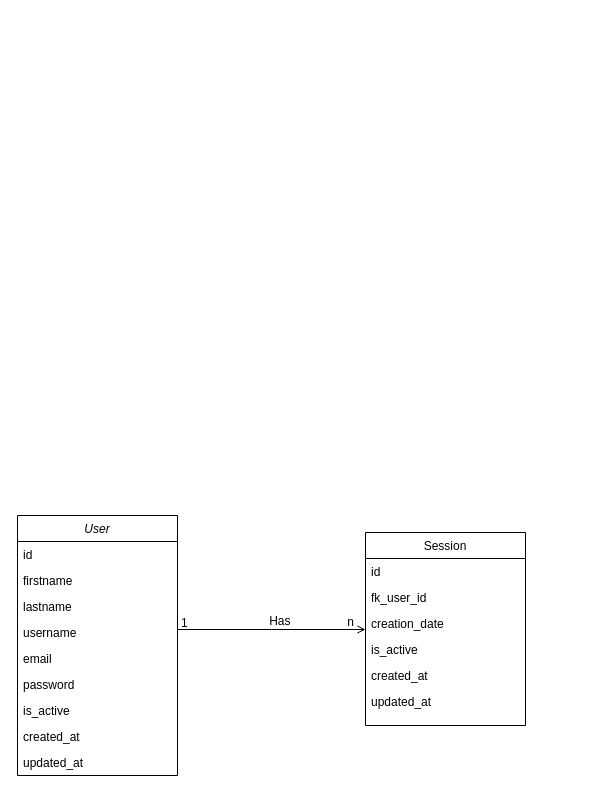
Earlier version of the draw.io diagram _docs/Entity Relationship Diagrams (ERD).drawio (gervasioartur/walletwise-clean-graphql-api). Source tidied: cells renumbered, new cells numbered last; positions are measured from the earlier drawing's top-left corner, leaving out a move shared by most shapes. Both pictures are drawn from the tidied source at 100%, with x=0, y=0 at pixel (17, 515).
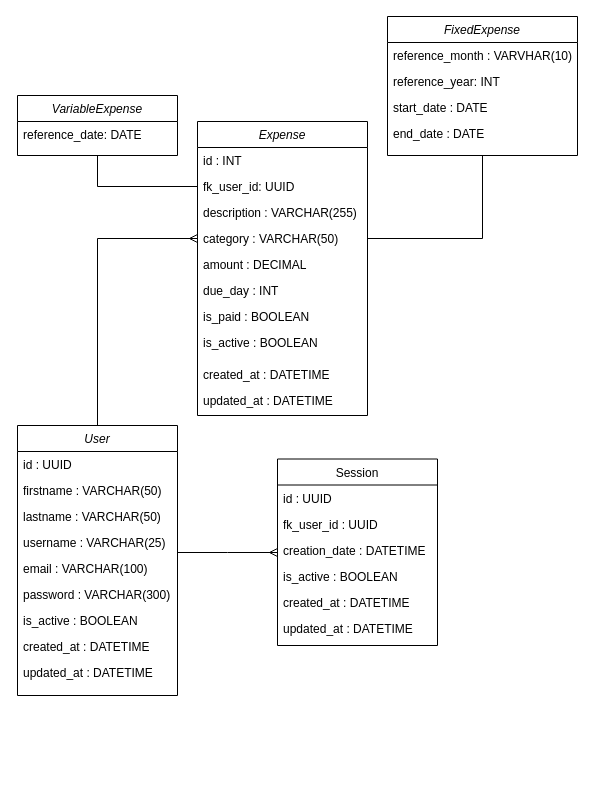
Above is the later version.

The edit, as a diff of the source:
```diff
@@
+    <mxCell id="23" style="edgeStyle=orthogonalEdgeStyle;rounded=0;jettySize=auto;html=1;entryX=0;entryY=0.5;entryDx=0;entryDy=0;endArrow=ERmany;endFill=0;" parent="1" edge="1" source="2" target="31">
+      <mxGeometry relative="1" as="geometry" />
+    </mxCell>
     <mxCell id="2" value="User" style="swimlane;fontStyle=2;align=center;verticalAlign=top;horizontal=1;startSize=26;rounded=0;shadow=0;strokeWidth=1;" parent="1" vertex="1">
-      <mxGeometry width="160" height="260" as="geometry" />
+      <mxGeometry y="-90" width="160" height="270" as="geometry" />
     </mxCell>
-    <mxCell id="3" value="id" style="text;align=left;verticalAlign=top;spacingLeft=4;spacingRight=4;overflow=hidden;rounded=0;shadow=0;html=0;" parent="2" vertex="1">
+    <mxCell id="3" value="id : UUID" style="text;align=left;verticalAlign=top;spacingLeft=4;spacingRight=4;overflow=hidden;rounded=0;shadow=0;html=0;" parent="2" vertex="1">
       <mxGeometry y="26" width="160" height="26" as="geometry" />
     </mxCell>
-    <mxCell id="4" value="firstname" style="text;align=left;verticalAlign=top;spacingLeft=4;spacingRight=4;overflow=hidden;" parent="2" vertex="1">
+    <mxCell id="4" value="firstname : VARCHAR(50)" style="text;align=left;verticalAlign=top;spacingLeft=4;spacingRight=4;overflow=hidden;" parent="2" vertex="1">
       <mxGeometry y="52" width="160" height="26" as="geometry" />
     </mxCell>
-    <mxCell id="5" value="lastname" style="text;align=left;verticalAlign=top;spacingLeft=4;spacingRight=4;overflow=hidden;rounded=0;shadow=0;html=0;" parent="2" vertex="1">
+    <mxCell id="5" value="lastname : VARCHAR(50)" style="text;align=left;verticalAlign=top;spacingLeft=4;spacingRight=4;overflow=hidden;rounded=0;shadow=0;html=0;" parent="2" vertex="1">
       <mxGeometry y="78" width="160" height="26" as="geometry" />
     </mxCell>
-    <mxCell id="6" value="username" style="text;align=left;verticalAlign=top;spacingLeft=4;spacingRight=4;overflow=hidden;rounded=0;shadow=0;html=0;" parent="2" vertex="1">
+    <mxCell id="6" value="username : VARCHAR(25)" style="text;align=left;verticalAlign=top;spacingLeft=4;spacingRight=4;overflow=hidden;rounded=0;shadow=0;html=0;" parent="2" vertex="1">
       <mxGeometry y="104" width="160" height="26" as="geometry" />
     </mxCell>
-    <mxCell id="7" value="email" style="text;align=left;verticalAlign=top;spacingLeft=4;spacingRight=4;overflow=hidden;rounded=0;shadow=0;html=0;" parent="2" vertex="1">
+    <mxCell id="7" value="email : VARCHAR(100)" style="text;align=left;verticalAlign=top;spacingLeft=4;spacingRight=4;overflow=hidden;rounded=0;shadow=0;html=0;" parent="2" vertex="1">
       <mxGeometry y="130" width="160" height="26" as="geometry" />
     </mxCell>
-    <mxCell id="8" value="password" style="text;align=left;verticalAlign=top;spacingLeft=4;spacingRight=4;overflow=hidden;rounded=0;shadow=0;html=0;" parent="2" vertex="1">
+    <mxCell id="8" value="password : VARCHAR(300)" style="text;align=left;verticalAlign=top;spacingLeft=4;spacingRight=4;overflow=hidden;rounded=0;shadow=0;html=0;" parent="2" vertex="1">
       <mxGeometry y="156" width="160" height="26" as="geometry" />
     </mxCell>
-    <mxCell id="9" value="is_active" style="text;align=left;verticalAlign=top;spacingLeft=4;spacingRight=4;overflow=hidden;rounded=0;shadow=0;html=0;" parent="2" vertex="1">
+    <mxCell id="9" value="is_active : BOOLEAN" style="text;align=left;verticalAlign=top;spacingLeft=4;spacingRight=4;overflow=hidden;rounded=0;shadow=0;html=0;" parent="2" vertex="1">
       <mxGeometry y="182" width="160" height="26" as="geometry" />
     </mxCell>
-    <mxCell id="10" value="created_at" style="text;align=left;verticalAlign=top;spacingLeft=4;spacingRight=4;overflow=hidden;rounded=0;shadow=0;html=0;" parent="2" vertex="1">
-      <mxGeometry y="208" width="160" height="26" as="geometry" />
-    </mxCell>
-    <mxCell id="11" value="updated_at" style="text;align=left;verticalAlign=top;spacingLeft=4;spacingRight=4;overflow=hidden;rounded=0;shadow=0;html=0;" parent="2" vertex="1">
-      <mxGeometry y="234" width="160" height="26" as="geometry" />
-    </mxCell>
+    <mxCell id="24" value="created_at : DATETIME" style="text;align=left;verticalAlign=top;spacingLeft=4;spacingRight=4;overflow=hidden;rounded=0;shadow=0;html=0;" parent="2" vertex="1">
+      <mxGeometry y="208" width="160" height="26" as="geometry" />
+    </mxCell>
+    <mxCell id="25" value="updated_at : DATETIME" style="text;align=left;verticalAlign=top;spacingLeft=4;spacingRight=4;overflow=hidden;rounded=0;shadow=0;html=0;" parent="2" vertex="1">
+      <mxGeometry y="234" width="160" height="28" as="geometry" />
+    </mxCell>
     <mxCell id="12" value="Session" style="swimlane;fontStyle=0;align=center;verticalAlign=top;horizontal=1;startSize=26;rounded=0;shadow=0;strokeWidth=1;" parent="1" vertex="1">
-      <mxGeometry x="348" y="17" width="160" height="193" as="geometry" />
+      <mxGeometry x="260" y="-56.5" width="160" height="186.5" as="geometry" />
     </mxCell>
-    <mxCell id="13" value="id" style="text;align=left;verticalAlign=top;spacingLeft=4;spacingRight=4;overflow=hidden;" parent="12" vertex="1">
+    <mxCell id="13" value="id : UUID" style="text;align=left;verticalAlign=top;spacingLeft=4;spacingRight=4;overflow=hidden;" parent="12" vertex="1">
       <mxGeometry y="26" width="160" height="26" as="geometry" />
     </mxCell>
-    <mxCell id="14" value="fk_user_id" style="text;align=left;verticalAlign=top;spacingLeft=4;spacingRight=4;overflow=hidden;rounded=0;shadow=0;html=0;" parent="12" vertex="1">
+    <mxCell id="14" value="fk_user_id : UUID" style="text;align=left;verticalAlign=top;spacingLeft=4;spacingRight=4;overflow=hidden;rounded=0;shadow=0;html=0;" parent="12" vertex="1">
       <mxGeometry y="52" width="160" height="26" as="geometry" />
     </mxCell>
-    <mxCell id="15" value="creation_date" style="text;align=left;verticalAlign=top;spacingLeft=4;spacingRight=4;overflow=hidden;rounded=0;shadow=0;html=0;" parent="12" vertex="1">
+    <mxCell id="15" value="creation_date : DATETIME" style="text;align=left;verticalAlign=top;spacingLeft=4;spacingRight=4;overflow=hidden;rounded=0;shadow=0;html=0;" parent="12" vertex="1">
       <mxGeometry y="78" width="160" height="26" as="geometry" />
     </mxCell>
-    <mxCell id="16" value="is_active" style="text;align=left;verticalAlign=top;spacingLeft=4;spacingRight=4;overflow=hidden;rounded=0;shadow=0;html=0;" parent="12" vertex="1">
+    <mxCell id="16" value="is_active : BOOLEAN" style="text;align=left;verticalAlign=top;spacingLeft=4;spacingRight=4;overflow=hidden;rounded=0;shadow=0;html=0;" parent="12" vertex="1">
       <mxGeometry y="104" width="160" height="26" as="geometry" />
     </mxCell>
-    <mxCell id="17" value="created_at" style="text;align=left;verticalAlign=top;spacingLeft=4;spacingRight=4;overflow=hidden;rounded=0;shadow=0;html=0;" parent="12" vertex="1">
+    <mxCell id="17" value="created_at : DATETIME" style="text;align=left;verticalAlign=top;spacingLeft=4;spacingRight=4;overflow=hidden;rounded=0;shadow=0;html=0;" parent="12" vertex="1">
       <mxGeometry y="130" width="160" height="26" as="geometry" />
     </mxCell>
-    <mxCell id="18" value="updated_at" style="text;align=left;verticalAlign=top;spacingLeft=4;spacingRight=4;overflow=hidden;rounded=0;shadow=0;html=0;" parent="12" vertex="1">
+    <mxCell id="18" value="updated_at : DATETIME" style="text;align=left;verticalAlign=top;spacingLeft=4;spacingRight=4;overflow=hidden;rounded=0;shadow=0;html=0;" parent="12" vertex="1">
       <mxGeometry y="156" width="160" height="28" as="geometry" />
     </mxCell>
-    <mxCell id="19" style="endArrow=open;shadow=0;strokeWidth=1;rounded=0;curved=0;endFill=1;edgeStyle=elbowEdgeStyle;elbow=vertical;" parent="1" edge="1" source="2" target="12">
+    <mxCell id="19" style="endArrow=ERmany;shadow=0;strokeWidth=1;rounded=0;curved=0;endFill=0;edgeStyle=elbowEdgeStyle;elbow=vertical;" parent="1" edge="1" source="2" target="12">
       <mxGeometry x="0.5" y="41" relative="1" as="geometry">
         <mxPoint x="-40" y="32" as="offset" />
       </mxGeometry>
     </mxCell>
-    <mxCell id="20" value="1" style="align=left;verticalAlign=bottom;labelBackgroundColor=none;fontSize=12;" parent="19" vertex="1">
-      <mxGeometry x="-1" relative="1" as="geometry">
-        <mxPoint x="2" y="2" as="offset" />
-      </mxGeometry>
-    </mxCell>
-    <mxCell id="21" value="n" style="align=right;verticalAlign=bottom;labelBackgroundColor=none;fontSize=12;" parent="19" vertex="1">
-      <mxGeometry x="1" relative="1" as="geometry">
-        <mxPoint x="-10" y="1" as="offset" />
-      </mxGeometry>
-    </mxCell>
-    <mxCell id="22" value="Has&amp;nbsp;" style="text;html=1;align=center;verticalAlign=middle;labelBackgroundColor=none;rounded=0;shadow=0;strokeWidth=1;fontSize=12;" parent="19" vertex="1">
-      <mxGeometry x="0.5" y="49" relative="1" as="geometry">
-        <mxPoint x="-38" y="40" as="offset" />
-      </mxGeometry>
-    </mxCell>
+    <mxCell id="26" style="edgeStyle=orthogonalEdgeStyle;rounded=0;jettySize=auto;html=1;entryX=0;entryY=0.5;entryDx=0;entryDy=0;exitX=0.5;exitY=1;exitDx=0;exitDy=0;endArrow=none;endFill=0;" parent="1" edge="1" source="38" target="29">
+      <mxGeometry relative="1" as="geometry" />
+    </mxCell>
+    <mxCell id="27" value="Expense" style="swimlane;fontStyle=2;align=center;verticalAlign=top;horizontal=1;startSize=26;rounded=0;shadow=0;strokeWidth=1;" parent="1" vertex="1">
+      <mxGeometry x="180" y="-394" width="170" height="294" as="geometry" />
+    </mxCell>
+    <mxCell id="28" value="id : INT" style="text;align=left;verticalAlign=top;spacingLeft=4;spacingRight=4;overflow=hidden;rounded=0;shadow=0;html=0;" parent="27" vertex="1">
+      <mxGeometry y="26" width="170" height="26" as="geometry" />
+    </mxCell>
+    <mxCell id="29" value="fk_user_id: UUID" style="text;align=left;verticalAlign=top;spacingLeft=4;spacingRight=4;overflow=hidden;points=[[0,0.5],[1,0.5]];portConstraint=eastwest;rounded=0;shadow=0;html=0;" parent="27" vertex="1">
+      <mxGeometry y="52" width="170" height="26" as="geometry" />
+    </mxCell>
+    <mxCell id="30" value="description : VARCHAR(255)" style="text;align=left;verticalAlign=top;spacingLeft=4;spacingRight=4;overflow=hidden;rounded=0;shadow=0;html=0;" parent="27" vertex="1">
+      <mxGeometry y="78" width="170" height="26" as="geometry" />
+    </mxCell>
+    <mxCell id="31" value="category : VARCHAR(50)" style="text;align=left;verticalAlign=top;spacingLeft=4;spacingRight=4;overflow=hidden;points=[[0,0.5],[1,0.5]];portConstraint=eastwest;rounded=0;shadow=0;html=0;" parent="27" vertex="1">
+      <mxGeometry y="104" width="170" height="26" as="geometry" />
+    </mxCell>
+    <mxCell id="32" value="amount : DECIMAL " style="text;align=left;verticalAlign=top;spacingLeft=4;spacingRight=4;overflow=hidden;rounded=0;shadow=0;html=0;" parent="27" vertex="1">
+      <mxGeometry y="130" width="170" height="26" as="geometry" />
+    </mxCell>
+    <mxCell id="33" value="due_day : INT" style="text;align=left;verticalAlign=top;spacingLeft=4;spacingRight=4;overflow=hidden;rounded=0;shadow=0;html=0;" parent="27" vertex="1">
+      <mxGeometry y="156" width="170" height="26" as="geometry" />
+    </mxCell>
+    <mxCell id="34" value="is_paid : BOOLEAN " style="text;align=left;verticalAlign=top;spacingLeft=4;spacingRight=4;overflow=hidden;rounded=0;shadow=0;html=0;" parent="27" vertex="1">
+      <mxGeometry y="182" width="170" height="26" as="geometry" />
+    </mxCell>
+    <mxCell id="35" value="is_active : BOOLEAN" style="text;align=left;verticalAlign=top;spacingLeft=4;spacingRight=4;overflow=hidden;rounded=0;shadow=0;html=0;" parent="27" vertex="1">
+      <mxGeometry y="208" width="170" height="32" as="geometry" />
+    </mxCell>
+    <mxCell id="36" value="created_at : DATETIME" style="text;align=left;verticalAlign=top;spacingLeft=4;spacingRight=4;overflow=hidden;rounded=0;shadow=0;html=0;" parent="27" vertex="1">
+      <mxGeometry y="240" width="170" height="26" as="geometry" />
+    </mxCell>
+    <mxCell id="37" value="updated_at : DATETIME" style="text;align=left;verticalAlign=top;spacingLeft=4;spacingRight=4;overflow=hidden;rounded=0;shadow=0;html=0;" parent="27" vertex="1">
+      <mxGeometry y="266" width="170" height="28" as="geometry" />
+    </mxCell>
+    <mxCell id="38" value="VariableExpense" style="swimlane;fontStyle=2;align=center;verticalAlign=top;horizontal=1;startSize=26;rounded=0;shadow=0;strokeWidth=1;" parent="1" vertex="1">
+      <mxGeometry y="-420" width="160" height="60" as="geometry" />
+    </mxCell>
+    <mxCell id="39" value="reference_date: DATE" style="text;align=left;verticalAlign=top;spacingLeft=4;spacingRight=4;overflow=hidden;rounded=0;shadow=0;html=0;" parent="38" vertex="1">
+      <mxGeometry y="26" width="160" height="26" as="geometry" />
+    </mxCell>
+    <mxCell id="40" style="edgeStyle=orthogonalEdgeStyle;rounded=0;jettySize=auto;html=1;entryX=1;entryY=0.5;entryDx=0;entryDy=0;endArrow=none;endFill=0;" parent="1" edge="1" source="41" target="31">
+      <mxGeometry relative="1" as="geometry" />
+    </mxCell>
+    <mxCell id="41" value="FixedExpense" style="swimlane;fontStyle=2;align=center;verticalAlign=top;horizontal=1;startSize=26;rounded=0;shadow=0;strokeWidth=1;" parent="1" vertex="1">
+      <mxGeometry x="370" y="-499" width="190" height="139" as="geometry" />
+    </mxCell>
+    <mxCell id="42" value="reference_month : VARVHAR(10)" style="text;align=left;verticalAlign=top;spacingLeft=4;spacingRight=4;overflow=hidden;rounded=0;shadow=0;html=0;" parent="41" vertex="1">
+      <mxGeometry y="26" width="190" height="26" as="geometry" />
+    </mxCell>
+    <mxCell id="43" value="reference_year: INT" style="text;align=left;verticalAlign=top;spacingLeft=4;spacingRight=4;overflow=hidden;rounded=0;shadow=0;html=0;" parent="41" vertex="1">
+      <mxGeometry y="52" width="190" height="26" as="geometry" />
+    </mxCell>
+    <mxCell id="44" value="start_date : DATE" style="text;align=left;verticalAlign=top;spacingLeft=4;spacingRight=4;overflow=hidden;rounded=0;shadow=0;html=0;" parent="41" vertex="1">
+      <mxGeometry y="78" width="190" height="26" as="geometry" />
+    </mxCell>
+    <mxCell id="45" value="end_date : DATE" style="text;align=left;verticalAlign=top;spacingLeft=4;spacingRight=4;overflow=hidden;rounded=0;shadow=0;html=0;" parent="41" vertex="1">
+      <mxGeometry y="104" width="190" height="26" as="geometry" />
+    </mxCell>
```
